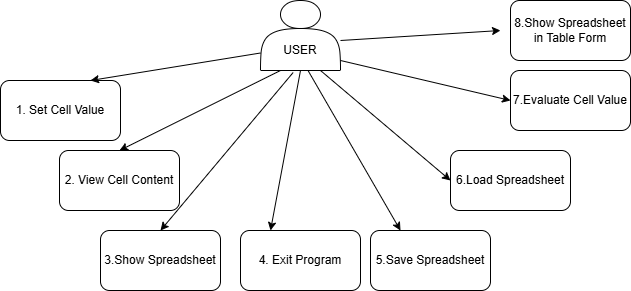
Above: Use_case.drawio.png in hniina/Software_Architecture_project (draw.io), before the change. Source tidied: cells renumbered, new cells last; positions are measured from the earlier drawing's top-left corner, leaving out a move shared by most shapes.
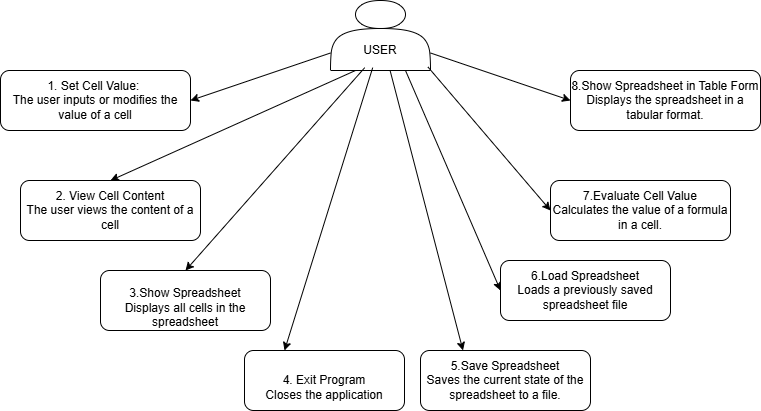
After the change.

What changed in the source:
```diff
@@ -2,46 +2,44 @@
   <root>
     <mxCell id="0" />
     <mxCell id="1" parent="0" />
-    <mxCell id="2" value="&lt;br&gt;1. Set Cell Value&lt;div&gt;&lt;br/&gt;&lt;/div&gt;" style="rounded=1;whiteSpace=wrap;html=1;" parent="1" vertex="1">
-      <mxGeometry y="80" width="120" height="60" as="geometry" />
+    <mxCell id="2" value="&lt;br&gt;1. Set Cell Value:&amp;nbsp;&lt;div&gt;The user inputs or modifies the value of a cell&lt;br&gt;&lt;div&gt;&lt;br&gt;&lt;/div&gt;&lt;/div&gt;" style="rounded=1;whiteSpace=wrap;html=1;" parent="1" vertex="1">
+      <mxGeometry x="-30" y="60" width="190" height="60" as="geometry" />
     </mxCell>
-    <mxCell id="3" value="2. View Cell Content" style="rounded=1;whiteSpace=wrap;html=1;" parent="1" vertex="1">
-      <mxGeometry x="59" y="150" width="120" height="60" as="geometry" />
+    <mxCell id="3" value="2. View Cell Content&lt;div&gt;The user views the content of a cell&lt;/div&gt;" style="rounded=1;whiteSpace=wrap;html=1;" parent="1" vertex="1">
+      <mxGeometry x="-10" y="170" width="180" height="60" as="geometry" />
     </mxCell>
-    <mxCell id="4" value="&lt;br&gt;3.Show Spreadsheet&lt;div&gt;&lt;br/&gt;&lt;/div&gt;" style="rounded=1;whiteSpace=wrap;html=1;" parent="1" vertex="1">
-      <mxGeometry x="100" y="230" width="120" height="60" as="geometry" />
+    <mxCell id="4" value="&lt;br&gt;3.Show Spreadsheet&lt;div&gt;Displays all cells in the spreadsheet&lt;/div&gt;" style="rounded=1;whiteSpace=wrap;html=1;" parent="1" vertex="1">
+      <mxGeometry x="70" y="260" width="170" height="60" as="geometry" />
     </mxCell>
-    <mxCell id="5" value="&lt;br&gt;4. Exit Program&lt;div&gt;&lt;br/&gt;&lt;/div&gt;" style="rounded=1;whiteSpace=wrap;html=1;" parent="1" vertex="1">
-      <mxGeometry x="240" y="230" width="120" height="60" as="geometry" />
+    <mxCell id="5" value="&lt;br&gt;4. Exit Program&lt;div&gt;Closes the application&lt;/div&gt;" style="rounded=1;whiteSpace=wrap;html=1;" parent="1" vertex="1">
+      <mxGeometry x="214" y="340" width="160" height="60" as="geometry" />
     </mxCell>
     <mxCell id="6" value="&lt;div&gt;&lt;br&gt;&lt;/div&gt;&lt;div&gt;&lt;br&gt;&lt;/div&gt;&lt;div&gt;USER&lt;/div&gt;" style="shape=actor;whiteSpace=wrap;html=1;" parent="1" vertex="1">
-      <mxGeometry x="260" width="80" height="70" as="geometry" />
+      <mxGeometry x="300" y="-10" width="100" height="70" as="geometry" />
     </mxCell>
-    <mxCell id="7" style="endArrow=classic;html=1;rounded=0;exitX=0;exitY=0.75;exitDx=0;exitDy=0;entryX=0.75;entryY=0;entryDx=0;entryDy=0;" parent="1" edge="1" source="6" target="2">
+    <mxCell id="7" style="endArrow=classic;html=1;rounded=0;exitX=0;exitY=0.75;exitDx=0;exitDy=0;entryX=1;entryY=0.5;entryDx=0;entryDy=0;" parent="1" edge="1" source="6" target="2">
       <mxGeometry relative="1" as="geometry" />
     </mxCell>
-    <mxCell id="8" style="endArrow=classic;html=1;rounded=0;entryX=0.25;entryY=0;entryDx=0;entryDy=0;" parent="1" edge="1" target="5">
-      <mxGeometry relative="1" as="geometry">
-        <mxPoint x="300" y="70" as="sourcePoint" />
-      </mxGeometry>
+    <mxCell id="8" style="endArrow=classic;html=1;rounded=0;entryX=0.25;entryY=0;entryDx=0;entryDy=0;exitX=0.422;exitY=0.96;exitDx=0;exitDy=0;exitPerimeter=0;" parent="1" edge="1" source="6" target="5">
+      <mxGeometry relative="1" as="geometry" />
     </mxCell>
     <mxCell id="9" style="endArrow=classic;html=1;rounded=0;exitX=0.25;exitY=1;exitDx=0;exitDy=0;entryX=0.5;entryY=0;entryDx=0;entryDy=0;" parent="1" edge="1" source="6" target="3">
       <mxGeometry relative="1" as="geometry" />
     </mxCell>
-    <mxCell id="10" style="endArrow=classic;html=1;rounded=0;exitX=0.408;exitY=1.029;exitDx=0;exitDy=0;entryX=0.5;entryY=0;entryDx=0;entryDy=0;exitPerimeter=0;" parent="1" edge="1" source="6" target="4">
+    <mxCell id="10" style="endArrow=classic;html=1;rounded=0;exitX=0.342;exitY=0.96;exitDx=0;exitDy=0;entryX=0.5;entryY=0;entryDx=0;entryDy=0;exitPerimeter=0;" parent="1" edge="1" source="6" target="4">
       <mxGeometry relative="1" as="geometry" />
     </mxCell>
-    <mxCell id="11" value="5.Save Spreadsheet" style="rounded=1;whiteSpace=wrap;html=1;" parent="1" vertex="1">
-      <mxGeometry x="370" y="230" width="120" height="60" as="geometry" />
+    <mxCell id="11" value="5.Save Spreadsheet&lt;div&gt;Saves the current state of the spreadsheet to a file.&lt;/div&gt;" style="rounded=1;whiteSpace=wrap;html=1;" parent="1" vertex="1">
+      <mxGeometry x="390" y="340" width="170" height="60" as="geometry" />
     </mxCell>
-    <mxCell id="12" value="8.Show Spreadsheet in Table Form" style="rounded=1;whiteSpace=wrap;html=1;" parent="1" vertex="1">
-      <mxGeometry x="510" width="120" height="60" as="geometry" />
+    <mxCell id="12" value="8.Show Spreadsheet in Table Form&lt;div&gt;Displays the spreadsheet in a tabular format.&lt;/div&gt;" style="rounded=1;whiteSpace=wrap;html=1;" parent="1" vertex="1">
+      <mxGeometry x="540" y="60" width="190" height="60" as="geometry" />
     </mxCell>
-    <mxCell id="13" value="6.Load Spreadsheet" style="rounded=1;whiteSpace=wrap;html=1;" parent="1" vertex="1">
-      <mxGeometry x="450" y="150" width="120" height="60" as="geometry" />
+    <mxCell id="13" value="6.Load Spreadsheet&lt;div&gt;Loads a previously saved spreadsheet file&lt;/div&gt;" style="rounded=1;whiteSpace=wrap;html=1;" parent="1" vertex="1">
+      <mxGeometry x="470" y="250" width="170" height="60" as="geometry" />
     </mxCell>
-    <mxCell id="14" value="7.Evaluate Cell Value" style="rounded=1;whiteSpace=wrap;html=1;" parent="1" vertex="1">
-      <mxGeometry x="510" y="70" width="120" height="60" as="geometry" />
+    <mxCell id="14" value="7.Evaluate Cell Value&lt;div&gt;Calculates the value of a formula in a cell.&lt;/div&gt;" style="rounded=1;whiteSpace=wrap;html=1;" parent="1" vertex="1">
+      <mxGeometry x="520" y="170" width="180" height="60" as="geometry" />
     </mxCell>
     <mxCell id="15" style="endArrow=classic;html=1;rounded=0;entryX=0.25;entryY=0;entryDx=0;entryDy=0;exitX=0.597;exitY=1.006;exitDx=0;exitDy=0;exitPerimeter=0;" parent="1" edge="1" source="6" target="11">
       <mxGeometry relative="1" as="geometry" />
@@ -49,16 +47,11 @@
     <mxCell id="16" style="endArrow=classic;html=1;rounded=0;entryX=0;entryY=0.5;entryDx=0;entryDy=0;exitX=0.75;exitY=1;exitDx=0;exitDy=0;" parent="1" edge="1" source="6" target="13">
       <mxGeometry relative="1" as="geometry" />
     </mxCell>
-    <mxCell id="17" style="endArrow=classic;html=1;rounded=0;" parent="1" edge="1">
-      <mxGeometry relative="1" as="geometry">
-        <mxPoint x="340" y="40" as="sourcePoint" />
-        <mxPoint x="500" y="30" as="targetPoint" />
-      </mxGeometry>
+    <mxCell id="17" style="endArrow=classic;html=1;rounded=0;entryX=0;entryY=0.5;entryDx=0;entryDy=0;exitX=1;exitY=0.75;exitDx=0;exitDy=0;" parent="1" edge="1" source="6" target="12">
+      <mxGeometry relative="1" as="geometry" />
     </mxCell>
-    <mxCell id="18" style="endArrow=classic;html=1;rounded=0;entryX=0;entryY=0.5;entryDx=0;entryDy=0;" parent="1" edge="1" target="14">
-      <mxGeometry relative="1" as="geometry">
-        <mxPoint x="340" y="60" as="sourcePoint" />
-      </mxGeometry>
+    <mxCell id="18" style="endArrow=classic;html=1;rounded=0;entryX=0;entryY=0.5;entryDx=0;entryDy=0;exitX=0.974;exitY=0.949;exitDx=0;exitDy=0;exitPerimeter=0;" parent="1" edge="1" source="6" target="14">
+      <mxGeometry relative="1" as="geometry" />
     </mxCell>
   </root>
 </mxGraphModel>
```
